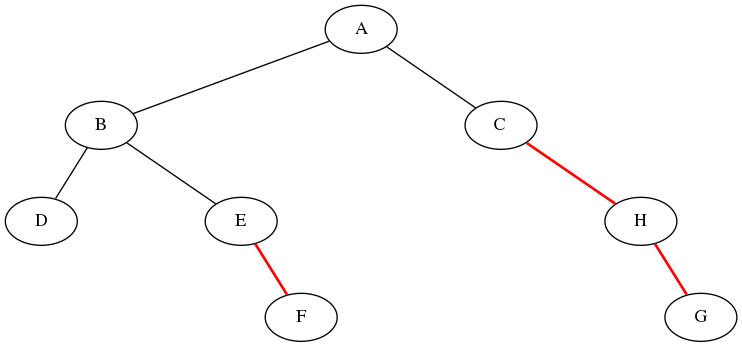
Before: scripts/sample.png, a diagram exported from Graphviz (zhangxiaoya/AboutTree). Its source is kept beside it as scripts/sample.dot.
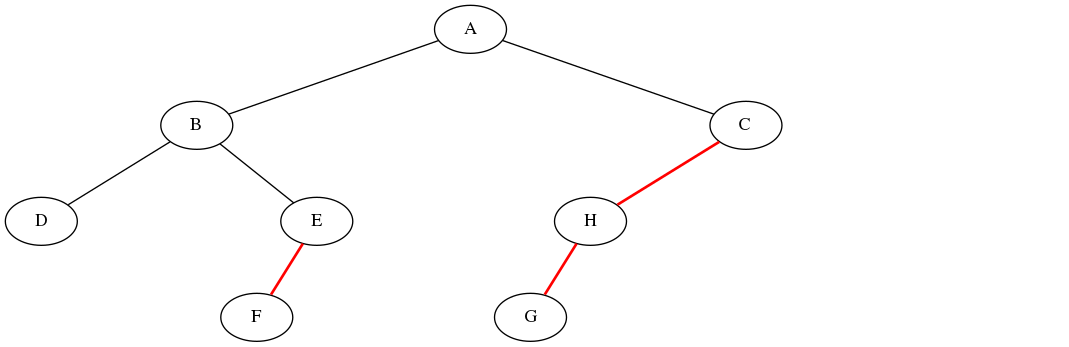
The same file after the commit.

Commit message:
fix left child and right child issue

The edit, as a diff of the source:
```diff
@@ -2,13 +2,28 @@
     graph[ordering="out"];
     A -- B;
     A -- C;
+
     B -- D;
     B -- E;
+
+    C -- H[style=bold, color=red];
+    C -- CNULL[style="invis"];
+
+    D -- DNULL[style="invis"];
+    D -- DNULL[style="invis"];
+
     E -- F[style=bold, color=red];
-    E -- NULL[style="invis"];
-    C -- H[style=bold, color=red];
-    C -- NULL[style="invis"];
+    E -- ENULL[style="invis"];
+
     H -- G[style=bold, color=red];
-    H -- NULL[style="invis"];
-    NULL[style="invis"];
+    H -- HNULL[style="invis"];
+
+    CNULL -- CCNULL[style="invis"];
+    CNULL -- CCNULL[style="invis"];
+
+    DNULL[style="invis"];
+    CNULL[style="invis"];
+    CCNULL[style="invis"];
+    ENULL[style="invis"];
+    HNULL[style="invis"];
 }
```
